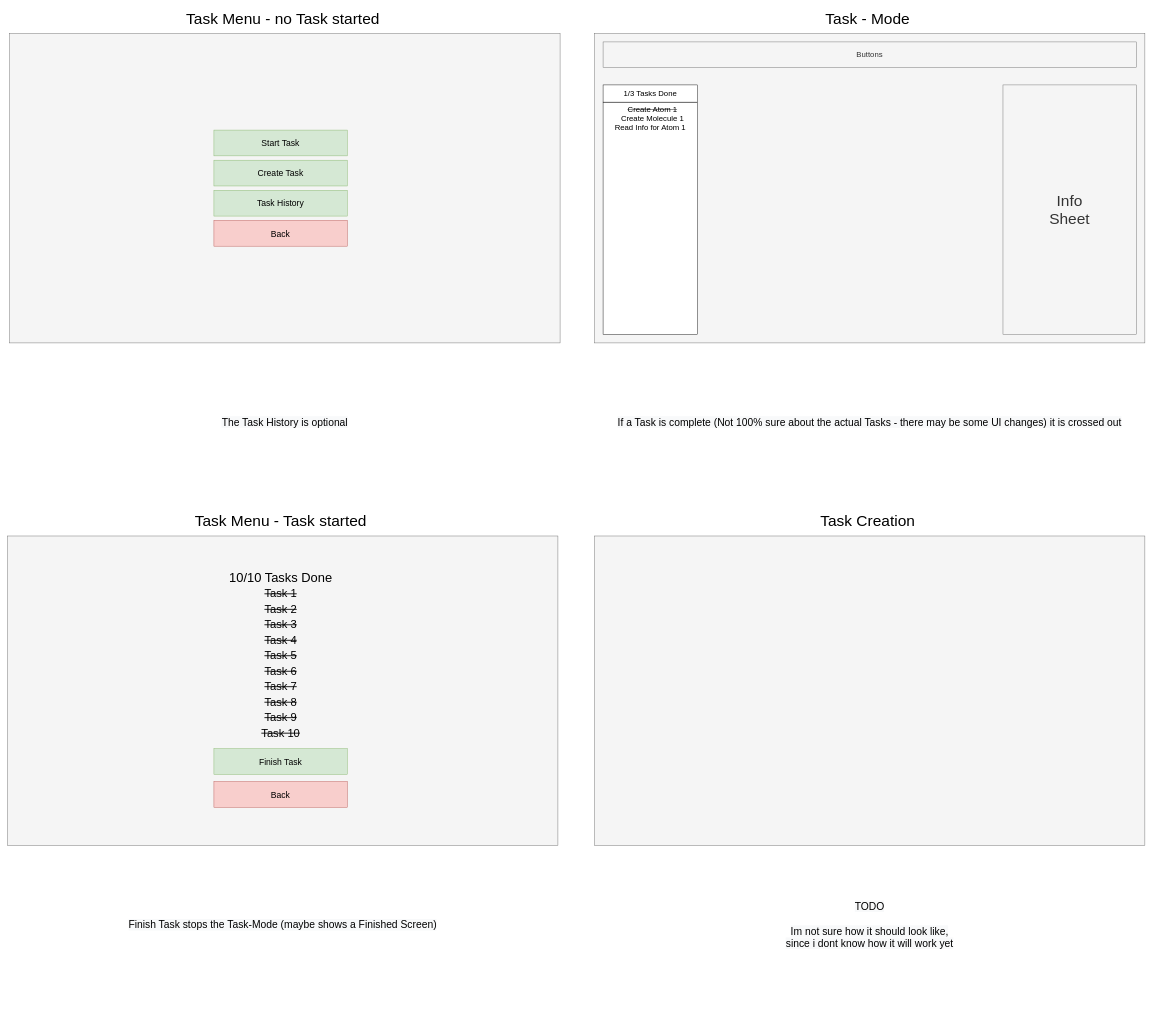
Earlier version of the draw.io diagram page "Task-Mode" (4 of 4) of Planning/UX.drawio (KH241/Krypton). Source tidied: cells renumbered, new cells numbered last; positions are measured from the earlier drawing's top-left corner, leaving out a move shared by most shapes. Both pictures are drawn from the tidied source at 43%, with x=0, y=0 at pixel (7, 7).
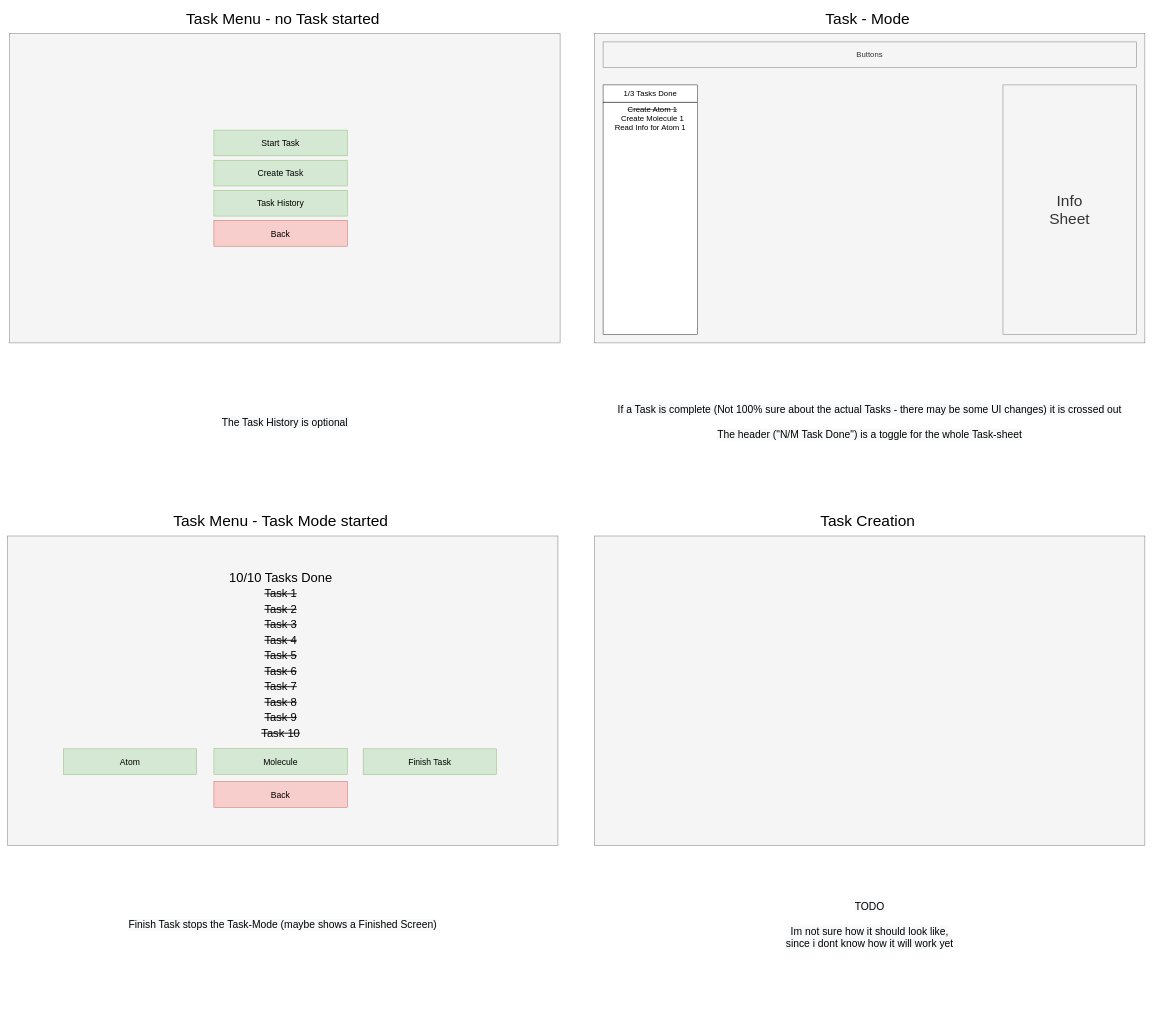
The same page after the edit.

The edit, as a diff of the source:
```diff
@@
-    <mxCell id="5" value="&lt;span style=&quot;color: rgb(0 , 0 , 0) ; font-family: &amp;#34;helvetica&amp;#34; ; font-size: 24px ; font-style: normal ; font-weight: 400 ; letter-spacing: normal ; text-indent: 0px ; text-transform: none ; word-spacing: 0px ; background-color: rgb(248 , 249 , 250) ; display: inline ; float: none&quot;&gt;If a Task is complete (Not 100% sure about the actual Tasks - there may be some UI changes) it is crossed out&lt;br style=&quot;font-size: 24px&quot;&gt;&lt;/span&gt;" style="text;whiteSpace=wrap;html=1;fontSize=24;align=center;verticalAlign=middle;" parent="1" vertex="1">
+    <mxCell id="5" value="&lt;span style=&quot;color: rgb(0 , 0 , 0) ; font-family: &amp;#34;helvetica&amp;#34; ; font-size: 24px ; font-style: normal ; font-weight: 400 ; letter-spacing: normal ; text-indent: 0px ; text-transform: none ; word-spacing: 0px ; background-color: rgb(248 , 249 , 250) ; display: inline ; float: none&quot;&gt;If a Task is complete (Not 100% sure about the actual Tasks - there may be some UI changes) it is crossed out&lt;br&gt;&lt;br&gt;The header (&quot;N/M Task Done&quot;) is a toggle for the whole Task-sheet&lt;br style=&quot;font-size: 24px&quot;&gt;&lt;/span&gt;" style="text;whiteSpace=wrap;html=1;fontSize=24;align=center;verticalAlign=middle;" parent="1" vertex="1">
       <mxGeometry x="1365" y="780" width="1280" height="370" as="geometry" />
     </mxCell>
@@
-    <mxCell id="16" value="Task Menu - Task started" style="text;html=1;align=center;verticalAlign=middle;strokeColor=none;fontSize=36;" parent="1" vertex="1">
-      <mxGeometry x="425" y="1169" width="420" height="50" as="geometry" />
+    <mxCell id="16" value="Task Menu - Task Mode started" style="text;html=1;align=center;verticalAlign=middle;strokeColor=none;fontSize=36;" parent="1" vertex="1">
+      <mxGeometry x="375" y="1169" width="520" height="50" as="geometry" />
     </mxCell>
@@
     <mxCell id="18" value="Finish Task" style="rounded=0;whiteSpace=wrap;html=1;fontSize=20;fillColor=#d5e8d4;strokeColor=#82b366;" parent="1" vertex="1">
-      <mxGeometry x="480" y="1723.5" width="310" height="60" as="geometry" />
+      <mxGeometry x="827" y="1724" width="310" height="60" as="geometry" />
     </mxCell>
@@
+    <mxCell id="25" value="Atom" style="rounded=0;whiteSpace=wrap;html=1;fontSize=20;fillColor=#d5e8d4;strokeColor=#82b366;" parent="1" vertex="1">
+      <mxGeometry x="130" y="1724" width="310" height="60" as="geometry" />
+    </mxCell>
+    <mxCell id="26" value="Molecule" style="rounded=0;whiteSpace=wrap;html=1;fontSize=20;fillColor=#d5e8d4;strokeColor=#82b366;" parent="1" vertex="1">
+      <mxGeometry x="480" y="1723.5" width="310" height="60" as="geometry" />
+    </mxCell>
```
